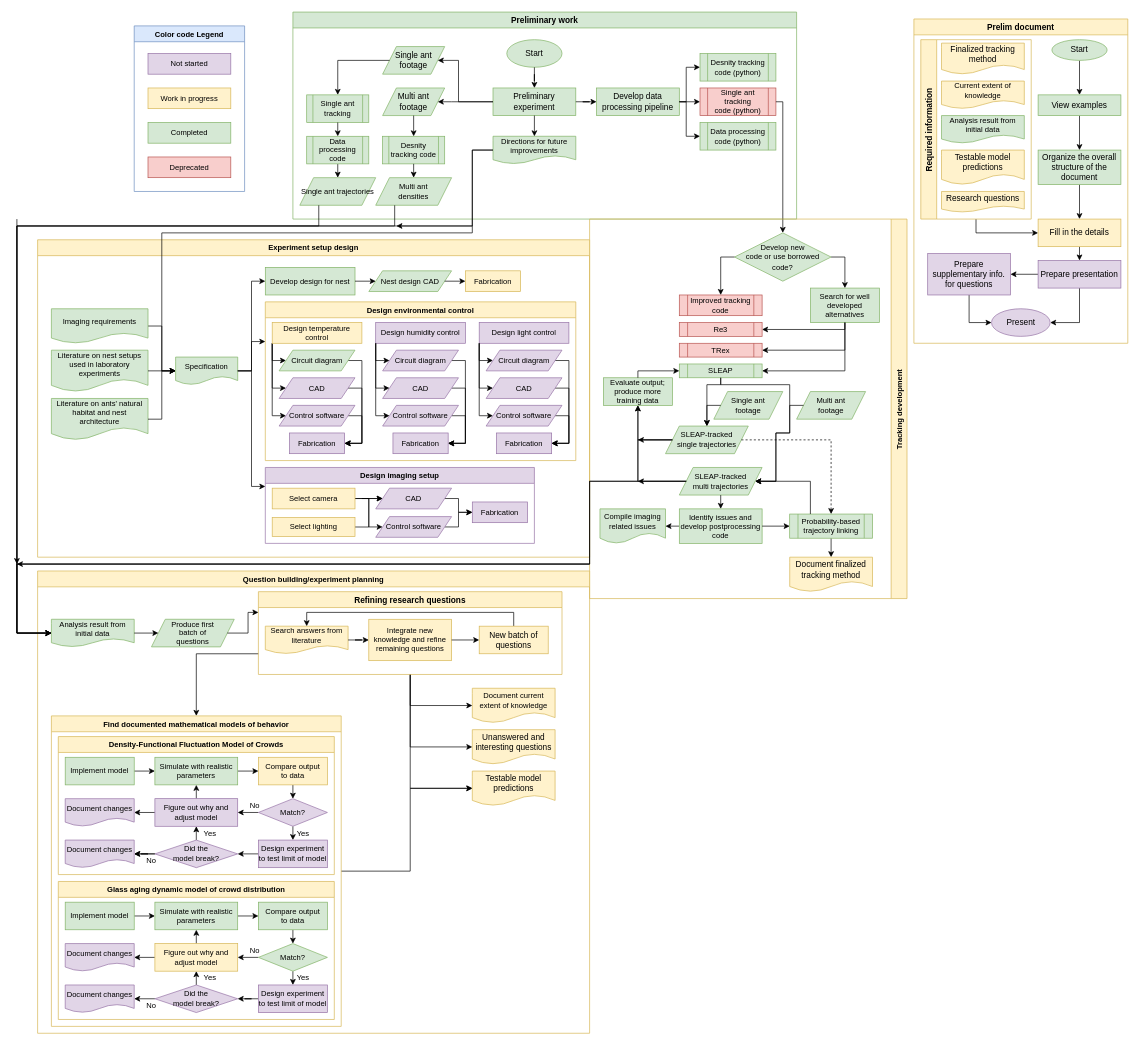
This is research/Progress.drawio from MangledPotat0/diagramsRoot, a draw.io file, before an edit. Source tidied: cells renumbered, new cells numbered last; positions are measured from the earlier drawing's top-left corner, leaving out a move shared by most shapes. Both pictures are drawn from the tidied source at 69%, with x=0, y=0 at pixel (17, 12).
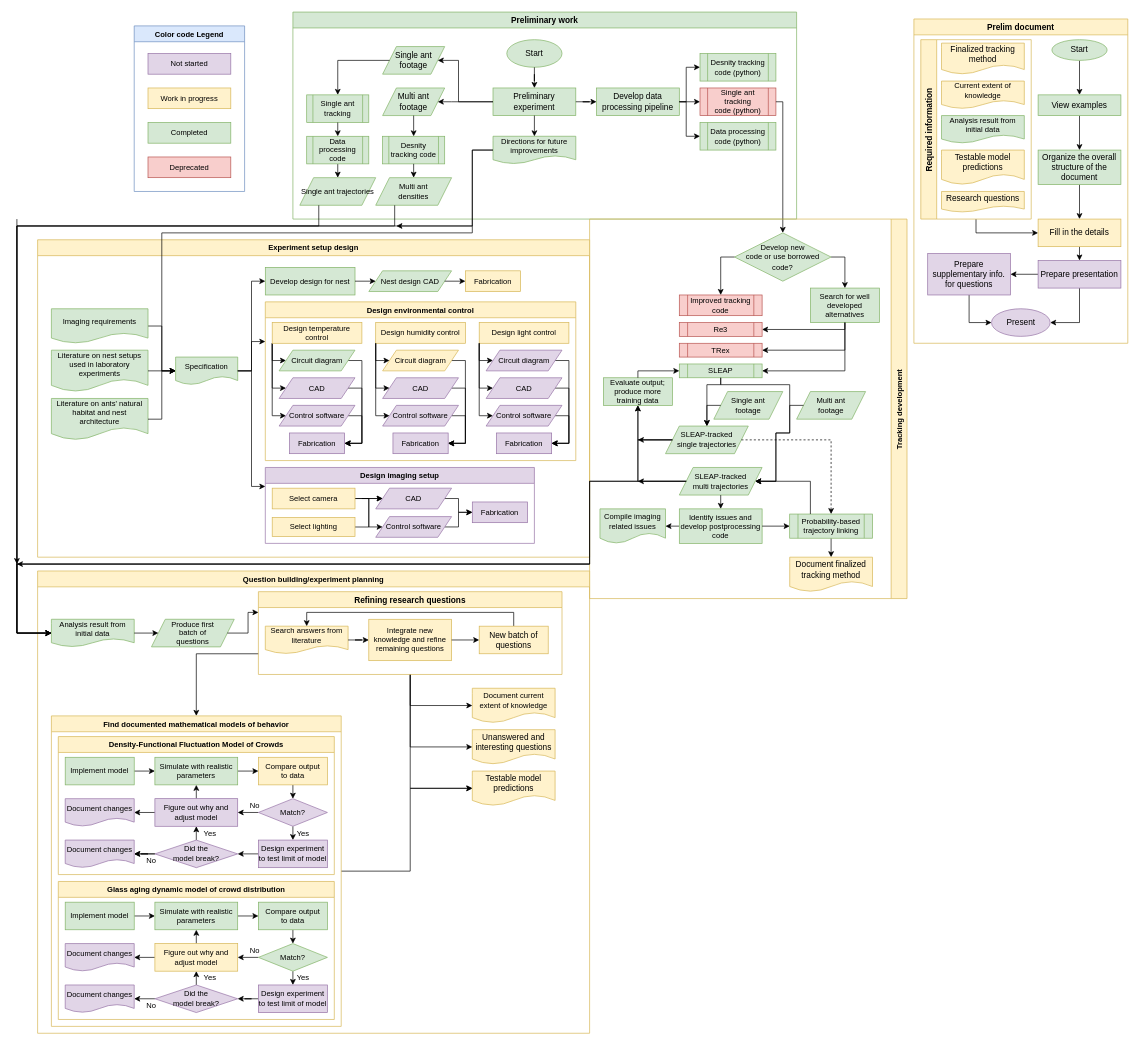
Above is the later version.

Unchanged cells that the change refers to:
```xml
<mxCell id="79" value="Design environmental control" style="swimlane;fontSize=11;fillColor=#fff2cc;strokeColor=#d6b656;" parent="65" vertex="1">
  <mxGeometry x="330" y="90" width="450" height="230" as="geometry" />
</mxCell>
```

Diff of the diagram source:
```diff
@@
-    <mxCell id="84" value="Design humidity control" style="rounded=0;whiteSpace=wrap;html=1;fontSize=11;fillColor=#e1d5e7;strokeColor=#9673a6;" parent="79" vertex="1">
+    <mxCell id="84" value="Design humidity control" style="rounded=0;whiteSpace=wrap;html=1;fontSize=11;fillColor=#fff2cc;strokeColor=#d6b656;" parent="79" vertex="1">
       <mxGeometry x="160" y="30" width="130" height="30" as="geometry" />
     </mxCell>
-    <mxCell id="85" value="Design light control" style="rounded=0;whiteSpace=wrap;html=1;fontSize=11;fillColor=#e1d5e7;strokeColor=#9673a6;" parent="79" vertex="1">
+    <mxCell id="85" value="Design light control" style="rounded=0;whiteSpace=wrap;html=1;fontSize=11;fillColor=#fff2cc;strokeColor=#d6b656;" parent="79" vertex="1">
       <mxGeometry x="310" y="30" width="130" height="30" as="geometry" />
     </mxCell>
@@
-    <mxCell id="99" value="Circuit diagram" style="shape=parallelogram;perimeter=parallelogramPerimeter;whiteSpace=wrap;html=1;fixedSize=1;fontSize=11;fillColor=#e1d5e7;strokeColor=#9673a6;" parent="79" vertex="1">
+    <mxCell id="99" value="Circuit diagram" style="shape=parallelogram;perimeter=parallelogramPerimeter;whiteSpace=wrap;html=1;fixedSize=1;fontSize=11;fillColor=#fff2cc;strokeColor=#d6b656;" parent="79" vertex="1">
       <mxGeometry x="170" y="70" width="110" height="30" as="geometry" />
     </mxCell>
```
